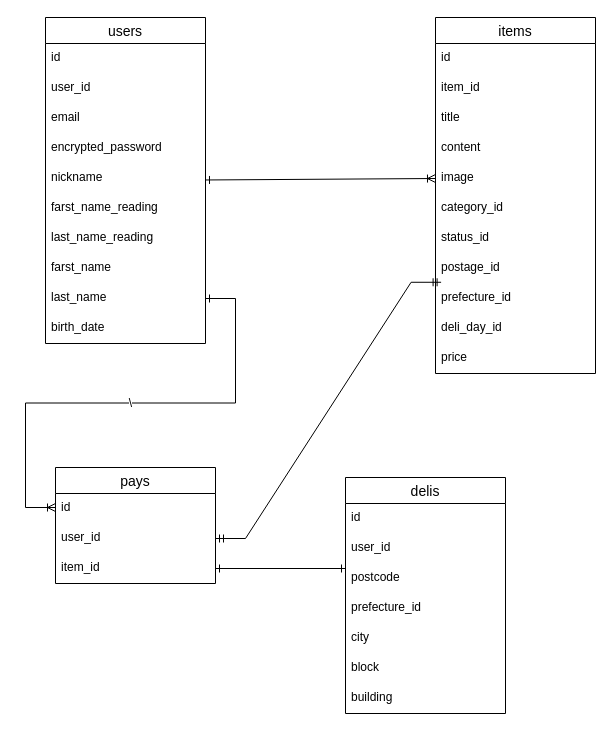
Earlier version of the draw.io diagram er.dio (akiraOOyuu/furima-39146). Source tidied: cells renumbered, new cells numbered last; positions are measured from the earlier drawing's top-left corner, leaving out a move shared by most shapes. Both pictures are drawn from the tidied source at 100%, with x=0, y=0 at pixel (45, 17).
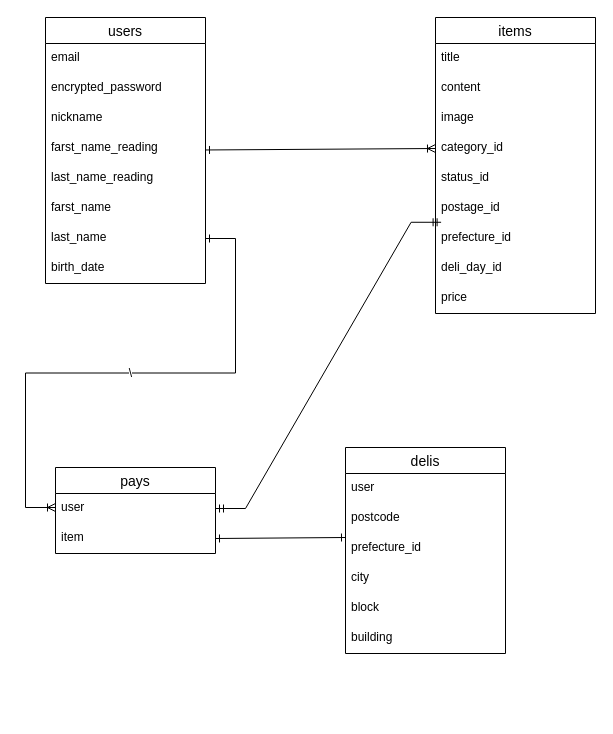
After the change.

The edit, as a diff of the source:
```diff
@@
-    <mxCell id="2" style="edgeStyle=none;html=1;entryX=0;entryY=0.5;entryDx=0;entryDy=0;rounded=0;endArrow=ERoneToMany;endFill=0;startArrow=ERone;startFill=0;" parent="1" edge="1" source="3" target="19">
+    <mxCell id="2" style="edgeStyle=none;html=1;entryX=0;entryY=0.5;entryDx=0;entryDy=0;rounded=0;endArrow=ERoneToMany;endFill=0;startArrow=ERone;startFill=0;" parent="1" edge="1" source="3" target="20">
       <mxGeometry relative="1" as="geometry" />
     </mxCell>
     <mxCell id="3" value="users" style="swimlane;fontStyle=0;horizontal=1;startSize=26;align=center;fontSize=14;rounded=0;" parent="1" vertex="1">
-      <mxGeometry width="160" height="326" as="geometry" />
+      <mxGeometry width="160" height="266" as="geometry" />
     </mxCell>
-    <mxCell id="4" value="id" style="text;strokeColor=none;fillColor=none;spacingLeft=4;spacingRight=4;overflow=hidden;fontSize=12;rounded=0;" parent="3" vertex="1">
-      <mxGeometry y="26" width="160" height="30" as="geometry" />
-    </mxCell>
-    <mxCell id="5" value="user_id" style="text;strokeColor=none;fillColor=none;spacingLeft=4;spacingRight=4;overflow=hidden;fontSize=12;rounded=0;" parent="3" vertex="1">
-      <mxGeometry y="56" width="160" height="30" as="geometry" />
-    </mxCell>
     <mxCell id="6" value="email" style="text;strokeColor=none;fillColor=none;spacingLeft=4;spacingRight=4;overflow=hidden;fontSize=12;rounded=0;" parent="3" vertex="1">
-      <mxGeometry y="86" width="160" height="30" as="geometry" />
+      <mxGeometry y="26" width="160" height="30" as="geometry" />
     </mxCell>
     <mxCell id="7" value="encrypted_password" style="text;strokeColor=none;fillColor=none;spacingLeft=4;spacingRight=4;overflow=hidden;fontSize=12;rounded=0;" parent="3" vertex="1">
-      <mxGeometry y="116" width="160" height="30" as="geometry" />
+      <mxGeometry y="56" width="160" height="30" as="geometry" />
     </mxCell>
     <mxCell id="8" value="nickname" style="text;strokeColor=none;fillColor=none;spacingLeft=4;spacingRight=4;overflow=hidden;fontSize=12;rounded=0;" parent="3" vertex="1">
-      <mxGeometry y="146" width="160" height="30" as="geometry" />
+      <mxGeometry y="86" width="160" height="30" as="geometry" />
     </mxCell>
     <mxCell id="9" value="farst_name_reading" style="text;strokeColor=none;fillColor=none;spacingLeft=4;spacingRight=4;overflow=hidden;fontSize=12;rounded=0;" parent="3" vertex="1">
-      <mxGeometry y="176" width="160" height="30" as="geometry" />
+      <mxGeometry y="116" width="160" height="30" as="geometry" />
     </mxCell>
     <mxCell id="10" value="last_name_reading" style="text;strokeColor=none;fillColor=none;spacingLeft=4;spacingRight=4;overflow=hidden;fontSize=12;rounded=0;" parent="3" vertex="1">
-      <mxGeometry y="206" width="160" height="30" as="geometry" />
+      <mxGeometry y="146" width="160" height="30" as="geometry" />
     </mxCell>
     <mxCell id="11" value="farst_name" style="text;strokeColor=none;fillColor=none;spacingLeft=4;spacingRight=4;overflow=hidden;fontSize=12;rounded=0;" parent="3" vertex="1">
-      <mxGeometry y="236" width="160" height="30" as="geometry" />
+      <mxGeometry y="176" width="160" height="30" as="geometry" />
     </mxCell>
     <mxCell id="12" value="last_name" style="text;strokeColor=none;fillColor=none;spacingLeft=4;spacingRight=4;overflow=hidden;points=[[0,0.5],[1,0.5]];portConstraint=eastwest;fontSize=12;rounded=0;" parent="3" vertex="1">
-      <mxGeometry y="266" width="160" height="30" as="geometry" />
+      <mxGeometry y="206" width="160" height="30" as="geometry" />
     </mxCell>
     <mxCell id="13" value="birth_date" style="text;strokeColor=none;fillColor=none;spacingLeft=4;spacingRight=4;overflow=hidden;fontSize=12;rounded=0;" parent="3" vertex="1">
-      <mxGeometry y="296" width="160" height="30" as="geometry" />
+      <mxGeometry y="236" width="160" height="30" as="geometry" />
     </mxCell>
     <mxCell id="14" value="items" style="swimlane;fontStyle=0;horizontal=1;startSize=26;align=center;fontSize=14;rounded=0;" parent="1" vertex="1">
-      <mxGeometry x="390" width="160" height="356" as="geometry" />
+      <mxGeometry x="390" width="160" height="296" as="geometry" />
     </mxCell>
-    <mxCell id="15" value="id" style="text;strokeColor=none;fillColor=none;spacingLeft=4;spacingRight=4;overflow=hidden;fontSize=12;rounded=0;" parent="14" vertex="1">
-      <mxGeometry y="26" width="160" height="30" as="geometry" />
-    </mxCell>
-    <mxCell id="16" value="item_id" style="text;strokeColor=none;fillColor=none;spacingLeft=4;spacingRight=4;overflow=hidden;fontSize=12;rounded=0;" parent="14" vertex="1">
-      <mxGeometry y="56" width="160" height="30" as="geometry" />
-    </mxCell>
     <mxCell id="17" value="title" style="text;strokeColor=none;fillColor=none;spacingLeft=4;spacingRight=4;overflow=hidden;fontSize=12;rounded=0;" parent="14" vertex="1">
-      <mxGeometry y="86" width="160" height="30" as="geometry" />
+      <mxGeometry y="26" width="160" height="30" as="geometry" />
     </mxCell>
     <mxCell id="18" value="content" style="text;strokeColor=none;fillColor=none;spacingLeft=4;spacingRight=4;overflow=hidden;fontSize=12;rounded=0;" parent="14" vertex="1">
-      <mxGeometry y="116" width="160" height="30" as="geometry" />
+      <mxGeometry y="56" width="160" height="30" as="geometry" />
     </mxCell>
     <mxCell id="19" value="image" style="text;strokeColor=none;fillColor=none;spacingLeft=4;spacingRight=4;overflow=hidden;points=[[0,0.5],[1,0.5]];portConstraint=eastwest;fontSize=12;rounded=0;" parent="14" vertex="1">
-      <mxGeometry y="146" width="160" height="30" as="geometry" />
+      <mxGeometry y="86" width="160" height="30" as="geometry" />
     </mxCell>
     <mxCell id="20" value="category_id" style="text;strokeColor=none;fillColor=none;spacingLeft=4;spacingRight=4;overflow=hidden;points=[[0,0.5],[1,0.5]];portConstraint=eastwest;fontSize=12;rounded=0;" parent="14" vertex="1">
-      <mxGeometry y="176" width="160" height="30" as="geometry" />
+      <mxGeometry y="116" width="160" height="30" as="geometry" />
     </mxCell>
     <mxCell id="21" value="status_id" style="text;strokeColor=none;fillColor=none;spacingLeft=4;spacingRight=4;overflow=hidden;fontSize=12;rounded=0;" parent="14" vertex="1">
-      <mxGeometry y="206" width="160" height="30" as="geometry" />
+      <mxGeometry y="146" width="160" height="30" as="geometry" />
     </mxCell>
     <mxCell id="22" value="postage_id" style="text;strokeColor=none;fillColor=none;spacingLeft=4;spacingRight=4;overflow=hidden;points=[[0,0.5],[1,0.5]];portConstraint=eastwest;fontSize=12;rounded=0;" parent="14" vertex="1">
-      <mxGeometry y="236" width="160" height="30" as="geometry" />
+      <mxGeometry y="176" width="160" height="30" as="geometry" />
     </mxCell>
     <mxCell id="23" value="prefecture_id" style="text;strokeColor=none;fillColor=none;spacingLeft=4;spacingRight=4;overflow=hidden;fontSize=12;rounded=0;" parent="14" vertex="1">
-      <mxGeometry y="266" width="160" height="30" as="geometry" />
+      <mxGeometry y="206" width="160" height="30" as="geometry" />
     </mxCell>
     <mxCell id="24" value="deli_day_id" style="text;strokeColor=none;fillColor=none;spacingLeft=4;spacingRight=4;overflow=hidden;fontSize=12;rounded=0;" parent="14" vertex="1">
-      <mxGeometry y="296" width="160" height="30" as="geometry" />
+      <mxGeometry y="236" width="160" height="30" as="geometry" />
     </mxCell>
     <mxCell id="25" value="price" style="text;strokeColor=none;fillColor=none;spacingLeft=4;spacingRight=4;overflow=hidden;fontSize=12;rounded=0;" parent="14" vertex="1">
-      <mxGeometry y="326" width="160" height="30" as="geometry" />
+      <mxGeometry y="266" width="160" height="30" as="geometry" />
     </mxCell>
     <mxCell id="26" value="delis" style="swimlane;fontStyle=0;horizontal=1;startSize=26;align=center;fontSize=14;rounded=0;" parent="1" vertex="1">
-      <mxGeometry x="300" y="460" width="160" height="236" as="geometry" />
+      <mxGeometry x="300" y="430" width="160" height="206" as="geometry" />
     </mxCell>
-    <mxCell id="27" value="id" style="text;strokeColor=none;fillColor=none;spacingLeft=4;spacingRight=4;overflow=hidden;fontSize=12;rounded=0;" parent="26" vertex="1">
-      <mxGeometry y="26" width="160" height="30" as="geometry" />
-    </mxCell>
-    <mxCell id="28" value="user_id" style="text;strokeColor=none;fillColor=none;spacingLeft=4;spacingRight=4;overflow=hidden;fontSize=12;rounded=0;" parent="26" vertex="1">
-      <mxGeometry y="56" width="160" height="30" as="geometry" />
+    <mxCell id="28" value="user" style="text;strokeColor=none;fillColor=none;spacingLeft=4;spacingRight=4;overflow=hidden;fontSize=12;rounded=0;" parent="26" vertex="1">
+      <mxGeometry y="26" width="160" height="30" as="geometry" />
     </mxCell>
     <mxCell id="29" value="postcode" style="text;strokeColor=none;fillColor=none;spacingLeft=4;spacingRight=4;overflow=hidden;fontSize=12;rounded=0;" parent="26" vertex="1">
-      <mxGeometry y="86" width="160" height="30" as="geometry" />
+      <mxGeometry y="56" width="160" height="30" as="geometry" />
     </mxCell>
     <mxCell id="30" value="prefecture_id" style="text;strokeColor=none;fillColor=none;spacingLeft=4;spacingRight=4;overflow=hidden;fontSize=12;rounded=0;" parent="26" vertex="1">
-      <mxGeometry y="116" width="160" height="30" as="geometry" />
+      <mxGeometry y="86" width="160" height="30" as="geometry" />
     </mxCell>
     <mxCell id="31" value="city" style="text;strokeColor=none;fillColor=none;spacingLeft=4;spacingRight=4;overflow=hidden;fontSize=12;rounded=0;" parent="26" vertex="1">
-      <mxGeometry y="146" width="160" height="30" as="geometry" />
+      <mxGeometry y="116" width="160" height="30" as="geometry" />
     </mxCell>
     <mxCell id="32" value="block" style="text;strokeColor=none;fillColor=none;spacingLeft=4;spacingRight=4;overflow=hidden;fontSize=12;rounded=0;" parent="26" vertex="1">
-      <mxGeometry y="176" width="160" height="30" as="geometry" />
+      <mxGeometry y="146" width="160" height="30" as="geometry" />
     </mxCell>
     <mxCell id="33" value="building" style="text;strokeColor=none;fillColor=none;spacingLeft=4;spacingRight=4;overflow=hidden;fontSize=12;rounded=0;" parent="26" vertex="1">
-      <mxGeometry y="206" width="160" height="30" as="geometry" />
+      <mxGeometry y="176" width="160" height="30" as="geometry" />
     </mxCell>
     <mxCell id="34" value="pays" style="swimlane;fontStyle=0;horizontal=1;startSize=26;align=center;fontSize=14;rounded=0;" parent="1" vertex="1">
-      <mxGeometry x="10" y="450" width="160" height="116" as="geometry" />
+      <mxGeometry x="10" y="450" width="160" height="86" as="geometry" />
     </mxCell>
-    <mxCell id="35" value="id" style="text;strokeColor=none;fillColor=none;spacingLeft=4;spacingRight=4;overflow=hidden;fontSize=12;rounded=0;" parent="34" vertex="1">
-      <mxGeometry y="26" width="160" height="30" as="geometry" />
-    </mxCell>
-    <mxCell id="36" value="user_id" style="text;strokeColor=none;fillColor=none;spacingLeft=4;spacingRight=4;overflow=hidden;points=[[0,0.5],[1,0.5]];portConstraint=eastwest;fontSize=12;rounded=0;" parent="34" vertex="1">
-      <mxGeometry y="56" width="160" height="30" as="geometry" />
+    <mxCell id="36" value="user" style="text;strokeColor=none;fillColor=none;spacingLeft=4;spacingRight=4;overflow=hidden;points=[[0,0.5],[1,0.5]];portConstraint=eastwest;fontSize=12;rounded=0;" parent="34" vertex="1">
+      <mxGeometry y="26" width="160" height="30" as="geometry" />
     </mxCell>
-    <mxCell id="37" value="item_id" style="text;strokeColor=none;fillColor=none;spacingLeft=4;spacingRight=4;overflow=hidden;points=[[0,0.5],[1,0.5]];portConstraint=eastwest;fontSize=12;rounded=0;" parent="34" vertex="1">
-      <mxGeometry y="86" width="160" height="30" as="geometry" />
+    <mxCell id="37" value="item" style="text;strokeColor=none;fillColor=none;spacingLeft=4;spacingRight=4;overflow=hidden;points=[[0,0.5],[1,0.5]];portConstraint=eastwest;fontSize=12;rounded=0;" parent="34" vertex="1">
+      <mxGeometry y="56" width="160" height="30" as="geometry" />
     </mxCell>
@@
     <mxCell id="40" style="edgeStyle=none;html=1;exitX=1;exitY=0.5;exitDx=0;exitDy=0;startArrow=ERone;startFill=0;endArrow=ERone;endFill=0;" parent="1" edge="1" source="37">
       <mxGeometry relative="1" as="geometry">
-        <mxPoint x="300" y="551" as="targetPoint" />
+        <mxPoint x="300" y="520" as="targetPoint" />
       </mxGeometry>
     </mxCell>
```
